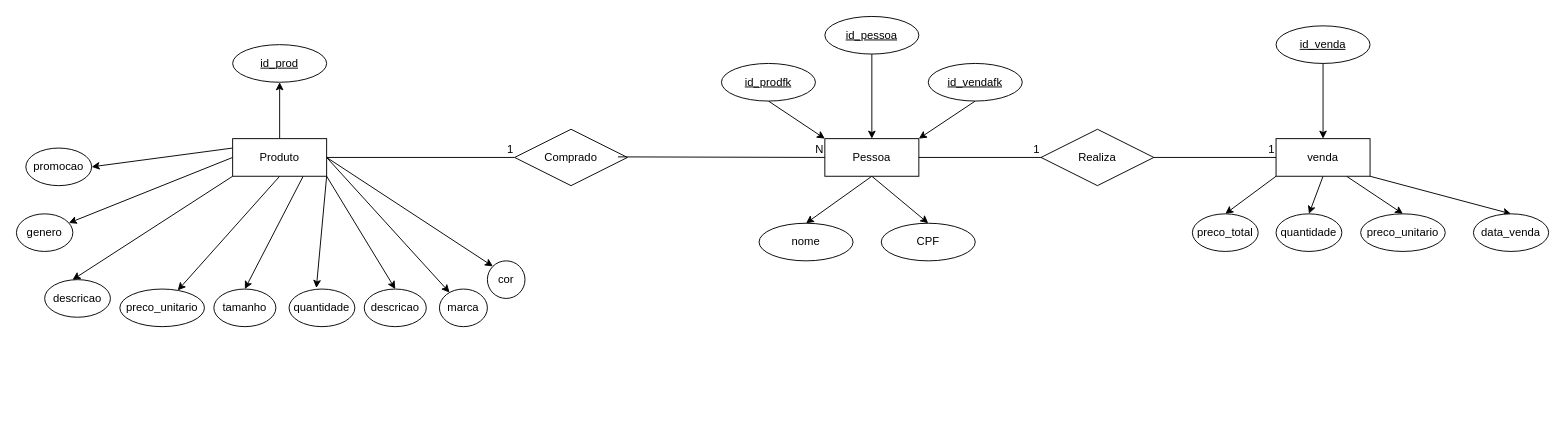
This is Programa/banco_dados/Modelagem/fashiodb.drawio from arthurresendes/fashion_stock, a draw.io file, before an edit. Source tidied: cells renumbered, new cells numbered last; positions are measured from the earlier drawing's top-left corner, leaving out a move shared by most shapes. Both pictures are drawn from the tidied source at 94%, with x=0, y=0 at pixel (16, 16).
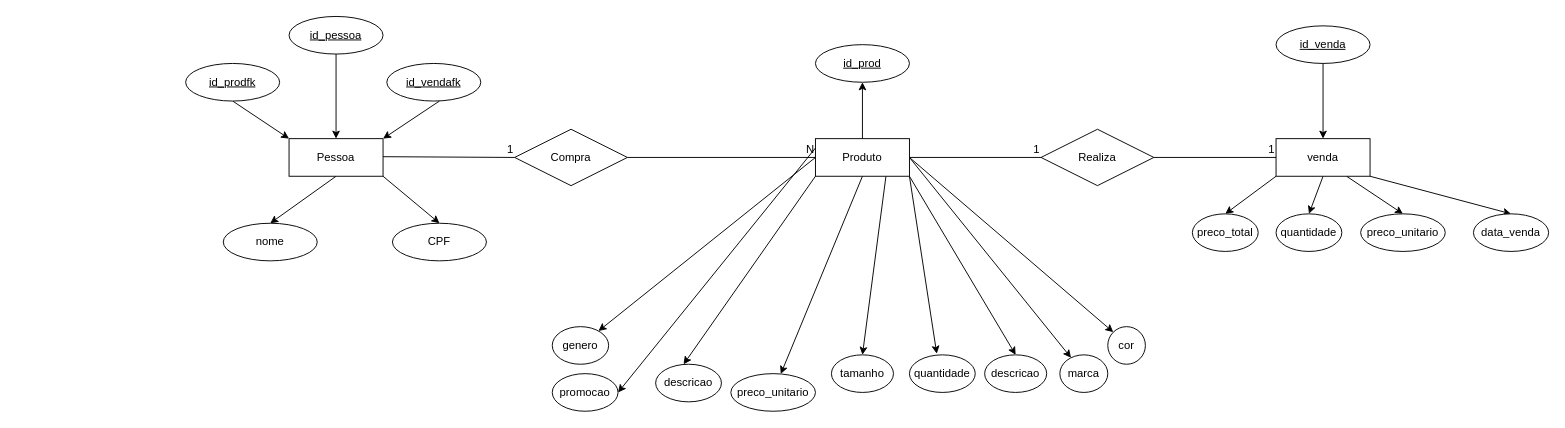
The same diagram, later.

Unchanged cells that the change refers to:
```xml
<mxCell id="20" value="Realiza" style="shape=rhombus;perimeter=rhombusPerimeter;whiteSpace=wrap;html=1;align=center;" parent="1" vertex="1">
  <mxGeometry x="1090" y="120" width="120" height="60" as="geometry" />
</mxCell>
```

The edit, as a diff of the source:
```diff
@@
-    <mxCell id="2" style="edgeStyle=none;html=1;exitX=0.5;exitY=0;exitDx=0;exitDy=0;entryX=0.5;entryY=1;entryDx=0;entryDy=0;" parent="1" edge="1" source="10" target="30">
-      <mxGeometry relative="1" as="geometry" />
+    <mxCell id="2" style="edgeStyle=none;html=1;entryX=0.5;entryY=1;entryDx=0;entryDy=0;" parent="1" edge="1" target="30">
+      <mxGeometry relative="1" as="geometry">
+        <mxPoint x="900" y="140" as="sourcePoint" />
+      </mxGeometry>
     </mxCell>
@@
     <mxCell id="10" value="Produto" style="whiteSpace=wrap;html=1;align=center;" parent="1" vertex="1">
-      <mxGeometry x="230" y="130" width="100" height="40" as="geometry" />
+      <mxGeometry x="850" y="130" width="100" height="40" as="geometry" />
     </mxCell>
-    <mxCell id="11" style="edgeStyle=none;html=1;exitX=0.5;exitY=1;exitDx=0;exitDy=0;entryX=0.5;entryY=0;entryDx=0;entryDy=0;" parent="1" edge="1" source="13" target="50">
-      <mxGeometry relative="1" as="geometry" />
+    <mxCell id="11" style="edgeStyle=none;html=1;exitX=0.5;exitY=1;exitDx=0;exitDy=0;entryX=0.5;entryY=0;entryDx=0;entryDy=0;" parent="1" edge="1" target="50">
+      <mxGeometry relative="1" as="geometry">
+        <mxPoint x="390" y="170" as="sourcePoint" />
+      </mxGeometry>
     </mxCell>
@@
     <mxCell id="13" value="Pessoa" style="whiteSpace=wrap;html=1;align=center;" parent="1" vertex="1">
-      <mxGeometry x="860" y="130" width="100" height="40" as="geometry" />
+      <mxGeometry x="290" y="130" width="100" height="40" as="geometry" />
     </mxCell>
@@
-    <mxCell id="19" value="Comprado" style="shape=rhombus;perimeter=rhombusPerimeter;whiteSpace=wrap;html=1;align=center;" parent="1" vertex="1">
+    <mxCell id="19" value="Compra" style="shape=rhombus;perimeter=rhombusPerimeter;whiteSpace=wrap;html=1;align=center;" parent="1" vertex="1">
       <mxGeometry x="530" y="120" width="120" height="60" as="geometry" />
     </mxCell>
@@
-    <mxCell id="21" style="endArrow=none;html=1;rounded=0;entryX=0;entryY=0.5;entryDx=0;entryDy=0;" parent="1" edge="1" target="13">
-      <mxGeometry relative="1" as="geometry">
-        <mxPoint x="640" y="149.4" as="sourcePoint" />
-      </mxGeometry>
-    </mxCell>
-    <mxCell id="22" value="N" style="html=1;whiteSpace=wrap;align=right;verticalAlign=bottom;" parent="21" vertex="1">
-      <mxGeometry x="1" relative="1" as="geometry" />
-    </mxCell>
-    <mxCell id="23" style="endArrow=none;html=1;rounded=0;entryX=0;entryY=0.5;entryDx=0;entryDy=0;" parent="1" edge="1" target="19">
+    <mxCell id="23" style="endArrow=none;html=1;rounded=0;" parent="1" edge="1">
       <mxGeometry relative="1" as="geometry">
-        <mxPoint x="330" y="150" as="sourcePoint" />
+        <mxPoint x="950" y="150" as="sourcePoint" />
+        <mxPoint x="1090" y="150" as="targetPoint" />
       </mxGeometry>
     </mxCell>
@@
-    <mxCell id="25" style="endArrow=none;html=1;rounded=0;entryX=0;entryY=0.5;entryDx=0;entryDy=0;" parent="1" edge="1" target="20">
+    <mxCell id="25" style="endArrow=none;html=1;rounded=0;entryX=0;entryY=0.5;entryDx=0;entryDy=0;" parent="1" edge="1" target="19">
       <mxGeometry relative="1" as="geometry">
-        <mxPoint x="960" y="150" as="sourcePoint" />
+        <mxPoint x="390" y="149.2" as="sourcePoint" />
       </mxGeometry>
     </mxCell>
@@
     <mxCell id="29" value="genero" style="ellipse;whiteSpace=wrap;html=1;align=center;" parent="1" vertex="1">
-      <mxGeometry y="210" width="60" height="40" as="geometry" />
+      <mxGeometry x="570" y="330" width="60" height="40" as="geometry" />
     </mxCell>
     <mxCell id="30" value="id_prod" style="ellipse;whiteSpace=wrap;html=1;align=center;fontStyle=4;" parent="1" vertex="1">
-      <mxGeometry x="230" y="30" width="100" height="40" as="geometry" />
+      <mxGeometry x="850" y="30" width="100" height="40" as="geometry" />
     </mxCell>
@@
     <mxCell id="32" value="id_pessoa" style="ellipse;whiteSpace=wrap;html=1;align=center;fontStyle=4;" parent="1" vertex="1">
-      <mxGeometry x="860" width="100" height="40" as="geometry" />
+      <mxGeometry x="290" width="100" height="40" as="geometry" />
     </mxCell>
@@
     <mxCell id="35" value="nome" style="ellipse;whiteSpace=wrap;html=1;align=center;" parent="1" vertex="1">
-      <mxGeometry x="790" y="220" width="100" height="40" as="geometry" />
+      <mxGeometry x="220" y="220" width="100" height="40" as="geometry" />
     </mxCell>
     <mxCell id="36" value="descricao" style="ellipse;whiteSpace=wrap;html=1;align=center;" parent="1" vertex="1">
-      <mxGeometry x="30" y="280" width="70" height="40" as="geometry" />
+      <mxGeometry x="680" y="370" width="70" height="40" as="geometry" />
     </mxCell>
     <mxCell id="37" value="marca" style="ellipse;whiteSpace=wrap;html=1;align=center;" parent="1" vertex="1">
-      <mxGeometry x="450" y="290" width="51" height="40" as="geometry" />
+      <mxGeometry x="1110" y="360" width="51" height="40" as="geometry" />
     </mxCell>
     <mxCell id="38" value="cor" style="ellipse;whiteSpace=wrap;html=1;align=center;" parent="1" vertex="1">
-      <mxGeometry x="501" y="260" width="40" height="40" as="geometry" />
+      <mxGeometry x="1161" y="330" width="40" height="40" as="geometry" />
     </mxCell>
     <mxCell id="39" value="tamanho" style="ellipse;whiteSpace=wrap;html=1;align=center;" parent="1" vertex="1">
-      <mxGeometry x="210" y="290" width="66" height="40" as="geometry" />
+      <mxGeometry x="867" y="360" width="66" height="40" as="geometry" />
     </mxCell>
     <mxCell id="40" value="preco_unitario" style="ellipse;whiteSpace=wrap;html=1;align=center;" parent="1" vertex="1">
-      <mxGeometry x="110" y="290" width="90" height="40" as="geometry" />
+      <mxGeometry x="760" y="380" width="90" height="40" as="geometry" />
     </mxCell>
     <mxCell id="41" value="descricao" style="ellipse;whiteSpace=wrap;html=1;align=center;" parent="1" vertex="1">
-      <mxGeometry x="370" y="290" width="66" height="40" as="geometry" />
+      <mxGeometry x="1030" y="360" width="66" height="40" as="geometry" />
     </mxCell>
     <mxCell id="42" value="quantidade" style="ellipse;whiteSpace=wrap;html=1;align=center;" parent="1" vertex="1">
-      <mxGeometry x="290" y="290" width="70" height="40" as="geometry" />
+      <mxGeometry x="950" y="360" width="70" height="40" as="geometry" />
     </mxCell>
     <mxCell id="43" value="promocao" style="ellipse;whiteSpace=wrap;html=1;align=center;" parent="1" vertex="1">
-      <mxGeometry x="10" y="140" width="70" height="40" as="geometry" />
+      <mxGeometry x="570" y="380" width="70" height="40" as="geometry" />
     </mxCell>
@@
     <mxCell id="47" value="id_prodfk" style="ellipse;whiteSpace=wrap;html=1;align=center;fontStyle=4;" parent="1" vertex="1">
-      <mxGeometry x="750" y="50" width="100" height="40" as="geometry" />
+      <mxGeometry x="180" y="50" width="100" height="40" as="geometry" />
     </mxCell>
-    <mxCell id="48" style="edgeStyle=none;html=1;exitX=0.5;exitY=1;exitDx=0;exitDy=0;entryX=1;entryY=0;entryDx=0;entryDy=0;" parent="1" edge="1" source="49" target="13">
-      <mxGeometry relative="1" as="geometry" />
+    <mxCell id="48" style="edgeStyle=none;html=1;exitX=0.5;exitY=1;exitDx=0;exitDy=0;entryX=1;entryY=0;entryDx=0;entryDy=0;" parent="1" edge="1" target="13">
+      <mxGeometry relative="1" as="geometry">
+        <mxPoint x="450" y="90" as="sourcePoint" />
+      </mxGeometry>
     </mxCell>
     <mxCell id="49" value="id_vendafk" style="ellipse;whiteSpace=wrap;html=1;align=center;fontStyle=4;" parent="1" vertex="1">
-      <mxGeometry x="970" y="50" width="100" height="40" as="geometry" />
+      <mxGeometry x="394" y="50" width="100" height="40" as="geometry" />
     </mxCell>
     <mxCell id="50" value="CPF" style="ellipse;whiteSpace=wrap;html=1;align=center;" parent="1" vertex="1">
-      <mxGeometry x="920" y="220" width="100" height="40" as="geometry" />
+      <mxGeometry x="400" y="220" width="100" height="40" as="geometry" />
     </mxCell>
@@
+    <mxCell id="55" style="endArrow=none;html=1;rounded=0;entryX=0;entryY=0.5;entryDx=0;entryDy=0;" parent="1" edge="1" target="10">
+      <mxGeometry relative="1" as="geometry">
+        <mxPoint x="650" y="150" as="sourcePoint" />
+      </mxGeometry>
+    </mxCell>
+    <mxCell id="22" value="N" style="html=1;whiteSpace=wrap;align=right;verticalAlign=bottom;" parent="55" vertex="1">
+      <mxGeometry x="1" relative="1" as="geometry" />
+    </mxCell>
```
